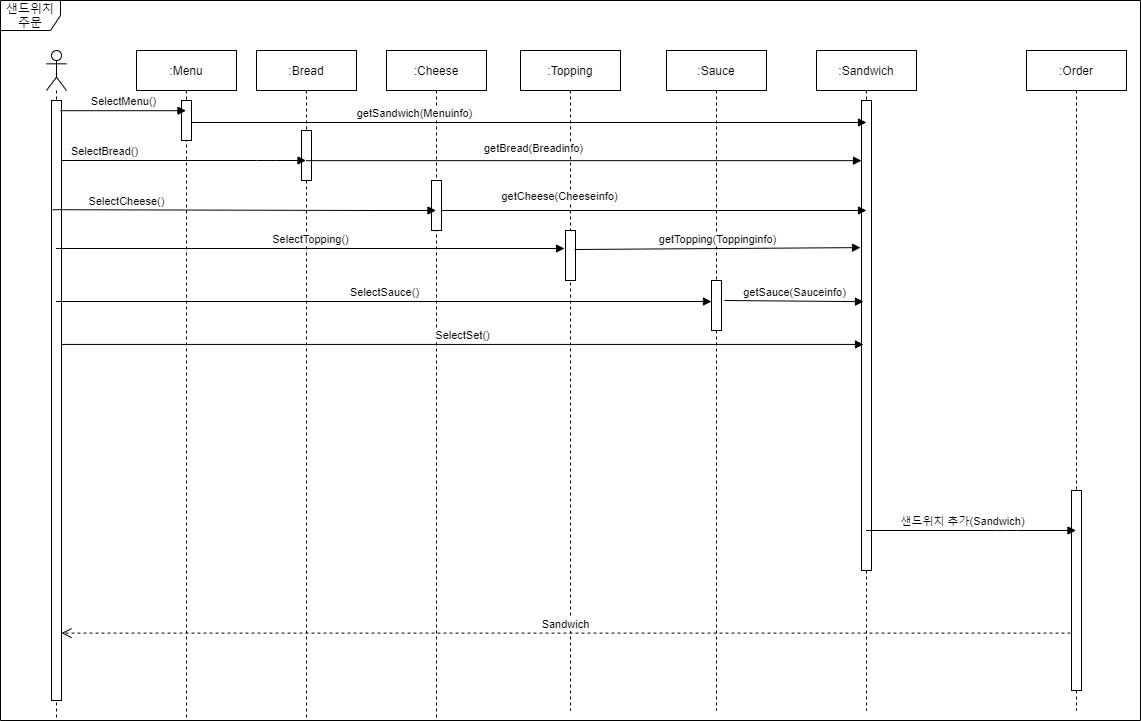
distroytest/KNUSD-20202-Team05 keeps this draw.io diagram as 상세명세서/Behavioral Model/sequence diagram/selece menu.png. Above is the earlier version. Source tidied: cells renumbered, new cells last; positions are measured from the earlier drawing's top-left corner, leaving out a move shared by most shapes.
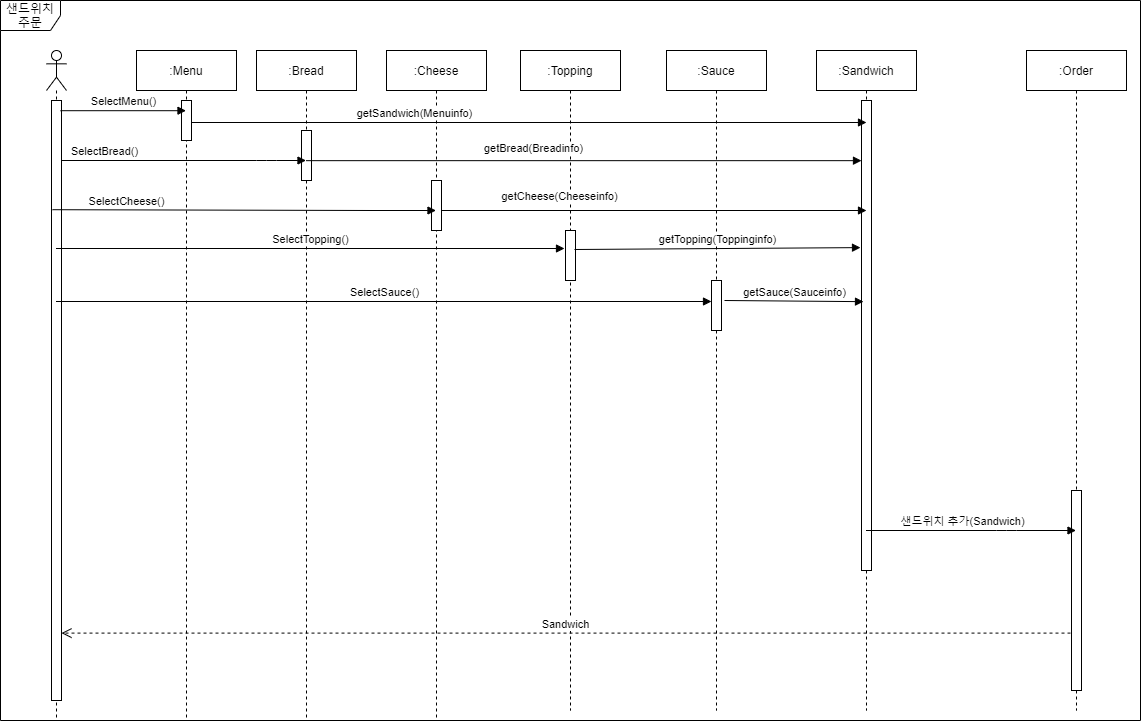
After the change.

What changed in the source:
```diff
@@ -92,9 +92,6 @@
     <mxCell id="27" value="getSauce(Sauceinfo)" style="html=1;verticalAlign=bottom;endArrow=block;exitX=1.3;exitY=0.4;exitDx=0;exitDy=0;exitPerimeter=0;entryX=0.2;entryY=0.428;entryDx=0;entryDy=0;entryPerimeter=0;" parent="1" edge="1" source="10" target="17">
       <mxGeometry relative="1" as="geometry" />
     </mxCell>
-    <mxCell id="28" value="SelectSet()" style="html=1;verticalAlign=bottom;endArrow=block;entryX=0.2;entryY=0.519;entryDx=0;entryDy=0;entryPerimeter=0;" parent="1" edge="1" source="3" target="17">
-      <mxGeometry relative="1" as="geometry" />
-    </mxCell>
     <mxCell id="29" value="샌드위치 추가(Sandwich)" style="html=1;verticalAlign=bottom;endArrow=block;" parent="1" edge="1" source="16" target="11">
       <mxGeometry x="-0.08" relative="1" as="geometry">
         <Array as="points">
```
